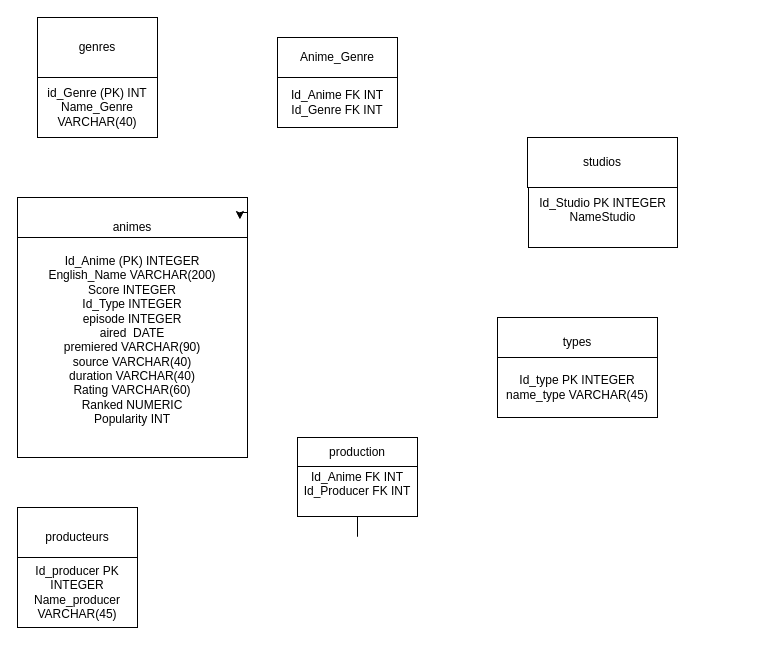
Earlier version of the draw.io diagram Diagramme sans nom.drawio (Louk-Man/events). Source tidied: cells renumbered, new cells numbered last; positions are measured from the earlier drawing's top-left corner, leaving out a move shared by most shapes. Both pictures are drawn from the tidied source at 100%, with x=0, y=0 at pixel (17, 17).
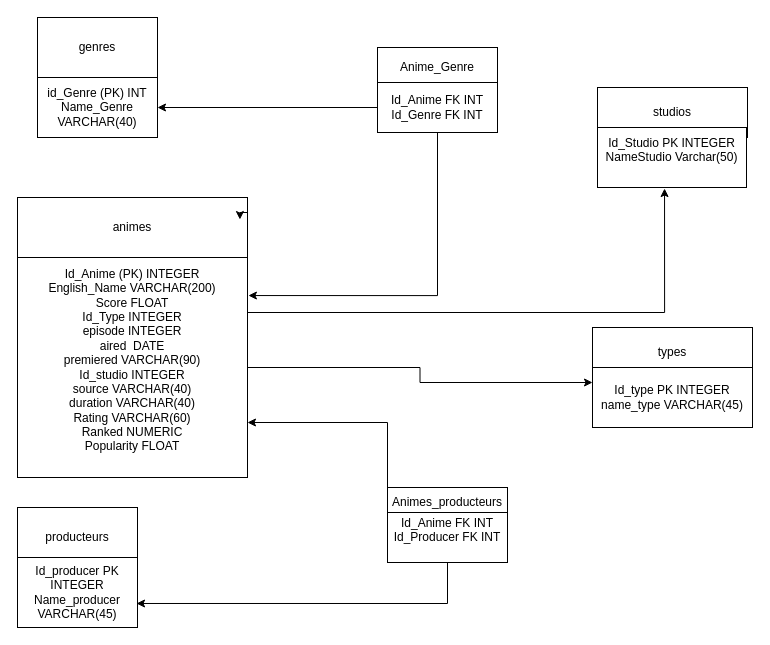
Above is the later version.

Commit message:
Mettre à jour Diagramme sans nom.drawio

Unchanged cells that the change refers to:
```xml
<mxCell id="6" value="id_Genre (PK) INT&lt;div&gt;Name_Genre VARCHAR(40)&lt;/div&gt;" style="whiteSpace=wrap;html=1;" parent="1" vertex="1">
  <mxGeometry x="20" y="60" width="120" height="60" as="geometry" />
</mxCell>
<mxCell id="9" value="Id_producer PK INTEGER&lt;div&gt;Name_producer VARCHAR(45)&lt;/div&gt;" style="whiteSpace=wrap;html=1;" parent="1" vertex="1">
  <mxGeometry y="540" width="120" height="70" as="geometry" />
</mxCell>
```

The edit, as a diff of the source:
```diff
@@
-    <mxCell id="4" value="Id_Anime (PK) INTEGER&lt;div&gt;English_Name VARCHAR(200)&lt;/div&gt;&lt;div&gt;Score INTEGER&lt;/div&gt;&lt;div&gt;Id_Type INTEGER&lt;/div&gt;&lt;div&gt;episode INTEGER&lt;/div&gt;&lt;div&gt;aired&amp;nbsp; DATE&lt;/div&gt;&lt;div&gt;premiered VARCHAR(90)&lt;/div&gt;&lt;div&gt;&lt;span style=&quot;background-color: initial;&quot;&gt;source VARCHAR(40)&lt;/span&gt;&lt;/div&gt;&lt;div&gt;duration VARCHAR(40)&lt;/div&gt;&lt;div&gt;Rating VARCHAR(60)&lt;/div&gt;&lt;div&gt;Ranked NUMERIC&lt;/div&gt;&lt;div&gt;Popularity INT&lt;/div&gt;&lt;div&gt;&lt;br&gt;&lt;/div&gt;" style="whiteSpace=wrap;html=1;" parent="1" vertex="1">
-      <mxGeometry y="220" width="230" height="220" as="geometry" />
+    <mxCell id="4" value="Id_Anime (PK) INTEGER&lt;div&gt;English_Name VARCHAR(200)&lt;/div&gt;&lt;div&gt;Score FLOAT&lt;/div&gt;&lt;div&gt;Id_Type INTEGER&lt;/div&gt;&lt;div&gt;episode INTEGER&lt;/div&gt;&lt;div&gt;aired&amp;nbsp; DATE&lt;/div&gt;&lt;div&gt;premiered VARCHAR(90)&lt;/div&gt;&lt;div&gt;Id_studio INTEGER&lt;/div&gt;&lt;div&gt;&lt;span style=&quot;background-color: initial;&quot;&gt;source VARCHAR(40)&lt;/span&gt;&lt;/div&gt;&lt;div&gt;duration VARCHAR(40)&lt;/div&gt;&lt;div&gt;Rating VARCHAR(60)&lt;/div&gt;&lt;div&gt;Ranked NUMERIC&lt;/div&gt;&lt;div&gt;Popularity FLOAT&lt;/div&gt;&lt;div&gt;&lt;br&gt;&lt;/div&gt;" style="whiteSpace=wrap;html=1;" parent="1" vertex="1">
+      <mxGeometry y="240" width="230" height="220" as="geometry" />
     </mxCell>
@@
     <mxCell id="10" value="studios" style="whiteSpace=wrap;html=1;" parent="1" vertex="1">
-      <mxGeometry x="510" y="120" width="150" height="50" as="geometry" />
+      <mxGeometry x="580" y="70" width="150" height="50" as="geometry" />
     </mxCell>
-    <mxCell id="11" value="Id_Studio PK INTEGER&lt;div&gt;NameStudio&lt;br&gt;&lt;div&gt;&lt;br&gt;&lt;/div&gt;&lt;/div&gt;" style="whiteSpace=wrap;html=1;" parent="1" vertex="1">
-      <mxGeometry x="511" y="170" width="149" height="60" as="geometry" />
+    <mxCell id="11" value="Id_Studio PK INTEGER&lt;div&gt;NameStudio Varchar(50)&lt;br&gt;&lt;div&gt;&lt;br&gt;&lt;/div&gt;&lt;/div&gt;" style="whiteSpace=wrap;html=1;" parent="1" vertex="1">
+      <mxGeometry x="580" y="110" width="149" height="60" as="geometry" />
     </mxCell>
-    <mxCell id="12" style="edgeStyle=orthogonalEdgeStyle;rounded=0;jettySize=auto;html=1;" parent="1" edge="1" source="13" target="14">
-      <mxGeometry relative="1" as="geometry" />
-    </mxCell>
     <mxCell id="13" value="Anime_Genre" style="whiteSpace=wrap;html=1;" parent="1" vertex="1">
-      <mxGeometry x="260" y="20" width="120" height="40" as="geometry" />
+      <mxGeometry x="360" y="30" width="120" height="40" as="geometry" />
     </mxCell>
+    <mxCell id="22" style="edgeStyle=orthogonalEdgeStyle;rounded=0;jettySize=auto;html=1;exitX=0;exitY=0.5;exitDx=0;exitDy=0;entryX=1;entryY=0.5;entryDx=0;entryDy=0;" parent="1" edge="1" source="14" target="6">
+      <mxGeometry relative="1" as="geometry" />
+    </mxCell>
     <mxCell id="14" value="Id_Anime FK INT&lt;div&gt;Id_Genre FK INT&lt;/div&gt;" style="whiteSpace=wrap;html=1;" parent="1" vertex="1">
-      <mxGeometry x="260" y="60" width="120" height="50" as="geometry" />
+      <mxGeometry x="360" y="65" width="120" height="50" as="geometry" />
     </mxCell>
@@
+    <mxCell id="23" style="edgeStyle=orthogonalEdgeStyle;rounded=0;jettySize=auto;html=1;exitX=0;exitY=0;exitDx=0;exitDy=0;entryX=1;entryY=0.75;entryDx=0;entryDy=0;" parent="1" edge="1" source="16" target="4">
+      <mxGeometry relative="1" as="geometry" />
+    </mxCell>
-    <mxCell id="16" value="production" style="whiteSpace=wrap;html=1;" parent="1" vertex="1">
-      <mxGeometry x="280" y="420" width="120" height="30" as="geometry" />
+    <mxCell id="16" value="Animes_producteurs" style="whiteSpace=wrap;html=1;" parent="1" vertex="1">
+      <mxGeometry x="370" y="470" width="120" height="30" as="geometry" />
     </mxCell>
-    <mxCell id="17" style="edgeStyle=orthogonalEdgeStyle;rounded=0;jettySize=auto;html=1;" parent="1" edge="1" source="18">
-      <mxGeometry relative="1" as="geometry">
-        <mxPoint x="340" y="490" as="targetPoint" />
-      </mxGeometry>
-    </mxCell>
     <mxCell id="18" value="&lt;div&gt;Id_Anime&amp;nbsp;&lt;span style=&quot;background-color: initial;&quot;&gt;FK INT&lt;/span&gt;&lt;/div&gt;Id_Producer FK INT&lt;div&gt;&lt;br&gt;&lt;/div&gt;" style="whiteSpace=wrap;html=1;" parent="1" vertex="1">
-      <mxGeometry x="280" y="449" width="120" height="50" as="geometry" />
+      <mxGeometry x="370" y="495" width="120" height="50" as="geometry" />
     </mxCell>
     <mxCell id="19" value="types" style="whiteSpace=wrap;html=1;" parent="1" vertex="1">
-      <mxGeometry x="480" y="300" width="160" height="50" as="geometry" />
+      <mxGeometry x="575" y="310" width="160" height="50" as="geometry" />
     </mxCell>
     <mxCell id="20" value="Id_type PK INTEGER&lt;div&gt;name_type VARCHAR(45)&lt;/div&gt;" style="whiteSpace=wrap;html=1;" parent="1" vertex="1">
-      <mxGeometry x="480" y="340" width="160" height="60" as="geometry" />
+      <mxGeometry x="575" y="350" width="160" height="60" as="geometry" />
     </mxCell>
@@
+    <mxCell id="24" style="edgeStyle=orthogonalEdgeStyle;rounded=0;jettySize=auto;html=1;exitX=0.5;exitY=1;exitDx=0;exitDy=0;entryX=0.992;entryY=0.657;entryDx=0;entryDy=0;entryPerimeter=0;" parent="1" edge="1" source="18" target="9">
+      <mxGeometry relative="1" as="geometry" />
+    </mxCell>
+    <mxCell id="25" style="edgeStyle=orthogonalEdgeStyle;rounded=0;jettySize=auto;html=1;exitX=0.5;exitY=1;exitDx=0;exitDy=0;entryX=1.004;entryY=0.173;entryDx=0;entryDy=0;entryPerimeter=0;" parent="1" edge="1" source="14" target="4">
+      <mxGeometry relative="1" as="geometry" />
+    </mxCell>
+    <mxCell id="26" style="edgeStyle=orthogonalEdgeStyle;rounded=0;orthogonalLoop=1;jettySize=auto;html=1;" parent="1" edge="1">
+      <mxGeometry relative="1" as="geometry">
+        <mxPoint x="600" y="230" as="sourcePoint" />
+        <mxPoint x="600" y="230" as="targetPoint" />
+      </mxGeometry>
+    </mxCell>
+    <mxCell id="27" style="edgeStyle=orthogonalEdgeStyle;rounded=0;jettySize=auto;html=1;exitX=1;exitY=0.5;exitDx=0;exitDy=0;entryX=0;entryY=0.25;entryDx=0;entryDy=0;" parent="1" edge="1" source="4" target="20">
+      <mxGeometry relative="1" as="geometry" />
+    </mxCell>
+    <mxCell id="28" style="edgeStyle=orthogonalEdgeStyle;rounded=0;jettySize=auto;html=1;exitX=1;exitY=0.25;exitDx=0;exitDy=0;entryX=0.45;entryY=1.017;entryDx=0;entryDy=0;entryPerimeter=0;" parent="1" edge="1" source="4" target="11">
+      <mxGeometry relative="1" as="geometry" />
+    </mxCell>
```
